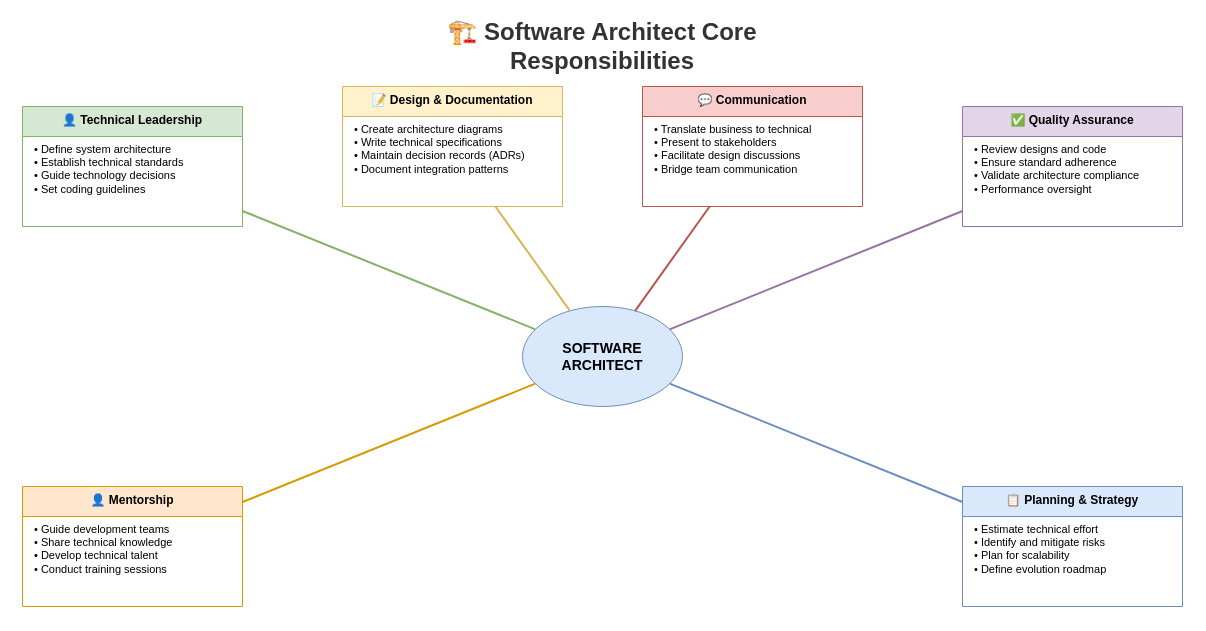
MrParkerZ7/document-lesson-software-architect-x-claude keeps this draw.io diagram as lesson-00-software-architect-overview/01-how-a-software-architect-works/1.1-core-responsibilities.drawio. Above is the earlier version. Source tidied: cells renumbered, new cells numbered last; positions are measured from the earlier drawing's top-left corner, leaving out a move shared by most shapes. Both pictures are drawn from the tidied source at 100%, with x=0, y=0 at pixel (22, 26).
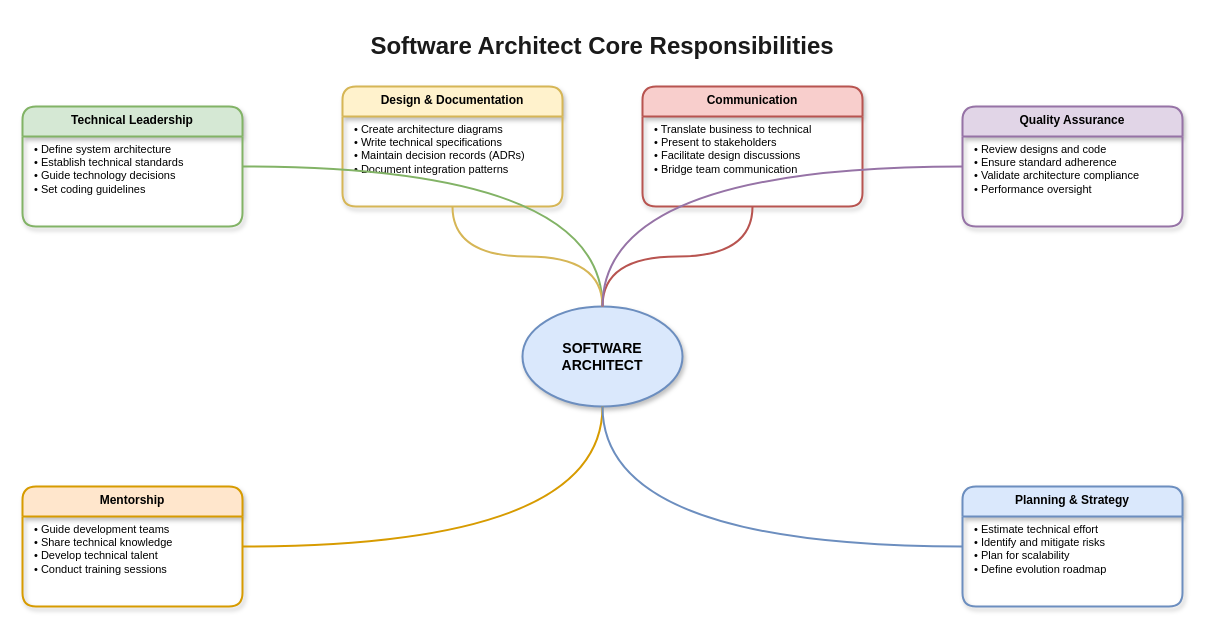
The same page after the edit.

Diff of the diagram source:
```diff
@@
-    <mxCell id="2" value="🏗️ Software Architect Core Responsibilities" style="text;html=1;strokeColor=none;fillColor=none;align=center;verticalAlign=middle;whiteSpace=wrap;rounded=0;fontSize=24;fontStyle=1;fontColor=#333333;" parent="1" vertex="1">
+    <mxCell id="2" value="Software Architect Core Responsibilities" style="text;html=1;strokeColor=none;fillColor=none;align=center;verticalAlign=middle;whiteSpace=wrap;rounded=0;fontSize=24;fontStyle=1;fontColor=#1a1a1a;" parent="1" vertex="1">
       <mxGeometry x="330" width="500" height="40" as="geometry" />
     </mxCell>
-    <mxCell id="3" value="SOFTWARE&#10;ARCHITECT" style="ellipse;whiteSpace=wrap;html=1;fillColor=#dae8fc;strokeColor=#6c8ebf;fontSize=14;fontStyle=1;" parent="1" vertex="1">
+    <mxCell id="3" value="SOFTWARE&#10;ARCHITECT" style="ellipse;whiteSpace=wrap;html=1;fillColor=#dae8fc;strokeColor=#6c8ebf;fontSize=14;fontStyle=1;shadow=1;strokeWidth=2;" parent="1" vertex="1">
       <mxGeometry x="500" y="280" width="160" height="100" as="geometry" />
     </mxCell>
-    <mxCell id="4" value="👤 Technical Leadership" style="swimlane;fontStyle=1;align=center;verticalAlign=top;horizontal=1;startSize=30;fillColor=#d5e8d4;strokeColor=#82b366;" parent="1" vertex="1">
+    <mxCell id="4" value="Technical Leadership" style="swimlane;fontStyle=1;align=center;verticalAlign=top;horizontal=1;startSize=30;fillColor=#d5e8d4;strokeColor=#82b366;rounded=1;shadow=1;strokeWidth=2;" parent="1" vertex="1">
       <mxGeometry y="80" width="220" height="120" as="geometry" />
     </mxCell>
@@
-    <mxCell id="6" value="📝 Design &amp; Documentation" style="swimlane;fontStyle=1;align=center;verticalAlign=top;horizontal=1;startSize=30;fillColor=#fff2cc;strokeColor=#d6b656;" parent="1" vertex="1">
+    <mxCell id="6" value="Design &amp; Documentation" style="swimlane;fontStyle=1;align=center;verticalAlign=top;horizontal=1;startSize=30;fillColor=#fff2cc;strokeColor=#d6b656;rounded=1;shadow=1;strokeWidth=2;" parent="1" vertex="1">
       <mxGeometry x="320" y="60" width="220" height="120" as="geometry" />
     </mxCell>
@@
-    <mxCell id="8" value="💬 Communication" style="swimlane;fontStyle=1;align=center;verticalAlign=top;horizontal=1;startSize=30;fillColor=#f8cecc;strokeColor=#b85450;" parent="1" vertex="1">
+    <mxCell id="8" value="Communication" style="swimlane;fontStyle=1;align=center;verticalAlign=top;horizontal=1;startSize=30;fillColor=#f8cecc;strokeColor=#b85450;rounded=1;shadow=1;strokeWidth=2;" parent="1" vertex="1">
       <mxGeometry x="620" y="60" width="220" height="120" as="geometry" />
     </mxCell>
@@
-    <mxCell id="10" value="✅ Quality Assurance" style="swimlane;fontStyle=1;align=center;verticalAlign=top;horizontal=1;startSize=30;fillColor=#e1d5e7;strokeColor=#9673a6;" parent="1" vertex="1">
+    <mxCell id="10" value="Quality Assurance" style="swimlane;fontStyle=1;align=center;verticalAlign=top;horizontal=1;startSize=30;fillColor=#e1d5e7;strokeColor=#9673a6;rounded=1;shadow=1;strokeWidth=2;" parent="1" vertex="1">
       <mxGeometry x="940" y="80" width="220" height="120" as="geometry" />
     </mxCell>
@@
-    <mxCell id="12" value="👤 Mentorship" style="swimlane;fontStyle=1;align=center;verticalAlign=top;horizontal=1;startSize=30;fillColor=#ffe6cc;strokeColor=#d79b00;" parent="1" vertex="1">
+    <mxCell id="12" value="Mentorship" style="swimlane;fontStyle=1;align=center;verticalAlign=top;horizontal=1;startSize=30;fillColor=#ffe6cc;strokeColor=#d79b00;rounded=1;shadow=1;strokeWidth=2;" parent="1" vertex="1">
       <mxGeometry y="460" width="220" height="120" as="geometry" />
     </mxCell>
@@
-    <mxCell id="14" value="📋 Planning &amp; Strategy" style="swimlane;fontStyle=1;align=center;verticalAlign=top;horizontal=1;startSize=30;fillColor=#dae8fc;strokeColor=#6c8ebf;" parent="1" vertex="1">
+    <mxCell id="14" value="Planning &amp; Strategy" style="swimlane;fontStyle=1;align=center;verticalAlign=top;horizontal=1;startSize=30;fillColor=#dae8fc;strokeColor=#6c8ebf;rounded=1;shadow=1;strokeWidth=2;" parent="1" vertex="1">
       <mxGeometry x="940" y="460" width="220" height="120" as="geometry" />
     </mxCell>
@@
-    <mxCell id="16" style="edgeStyle=none;rounded=1;html=1;strokeColor=#82b366;strokeWidth=2;endArrow=none;" parent="1" edge="1" source="4" target="3">
+    <mxCell id="16" style="edgeStyle=orthogonalEdgeStyle;curved=1;rounded=1;html=1;strokeColor=#82b366;strokeWidth=2;endArrow=none;jumpStyle=arc;jumpSize=10;" parent="1" edge="1" source="4" target="3">
       <mxGeometry relative="1" as="geometry" />
     </mxCell>
-    <mxCell id="17" style="edgeStyle=none;rounded=1;html=1;strokeColor=#d6b656;strokeWidth=2;endArrow=none;" parent="1" edge="1" source="6" target="3">
+    <mxCell id="17" style="edgeStyle=orthogonalEdgeStyle;curved=1;rounded=1;html=1;strokeColor=#d6b656;strokeWidth=2;endArrow=none;jumpStyle=arc;jumpSize=10;" parent="1" edge="1" source="6" target="3">
       <mxGeometry relative="1" as="geometry" />
     </mxCell>
-    <mxCell id="18" style="edgeStyle=none;rounded=1;html=1;strokeColor=#b85450;strokeWidth=2;endArrow=none;" parent="1" edge="1" source="8" target="3">
+    <mxCell id="18" style="edgeStyle=orthogonalEdgeStyle;curved=1;rounded=1;html=1;strokeColor=#b85450;strokeWidth=2;endArrow=none;jumpStyle=arc;jumpSize=10;" parent="1" edge="1" source="8" target="3">
       <mxGeometry relative="1" as="geometry" />
     </mxCell>
-    <mxCell id="19" style="edgeStyle=none;rounded=1;html=1;strokeColor=#9673a6;strokeWidth=2;endArrow=none;" parent="1" edge="1" source="10" target="3">
+    <mxCell id="19" style="edgeStyle=orthogonalEdgeStyle;curved=1;rounded=1;html=1;strokeColor=#9673a6;strokeWidth=2;endArrow=none;jumpStyle=arc;jumpSize=10;" parent="1" edge="1" source="10" target="3">
       <mxGeometry relative="1" as="geometry" />
     </mxCell>
-    <mxCell id="20" style="edgeStyle=none;rounded=1;html=1;strokeColor=#d79b00;strokeWidth=2;endArrow=none;" parent="1" edge="1" source="12" target="3">
+    <mxCell id="20" style="edgeStyle=orthogonalEdgeStyle;curved=1;rounded=1;html=1;strokeColor=#d79b00;strokeWidth=2;endArrow=none;jumpStyle=arc;jumpSize=10;" parent="1" edge="1" source="12" target="3">
       <mxGeometry relative="1" as="geometry" />
     </mxCell>
-    <mxCell id="21" style="edgeStyle=none;rounded=1;html=1;strokeColor=#6c8ebf;strokeWidth=2;endArrow=none;" parent="1" edge="1" source="14" target="3">
+    <mxCell id="21" style="edgeStyle=orthogonalEdgeStyle;curved=1;rounded=1;html=1;strokeColor=#6c8ebf;strokeWidth=2;endArrow=none;jumpStyle=arc;jumpSize=10;" parent="1" edge="1" source="14" target="3">
       <mxGeometry relative="1" as="geometry" />
     </mxCell>
```
